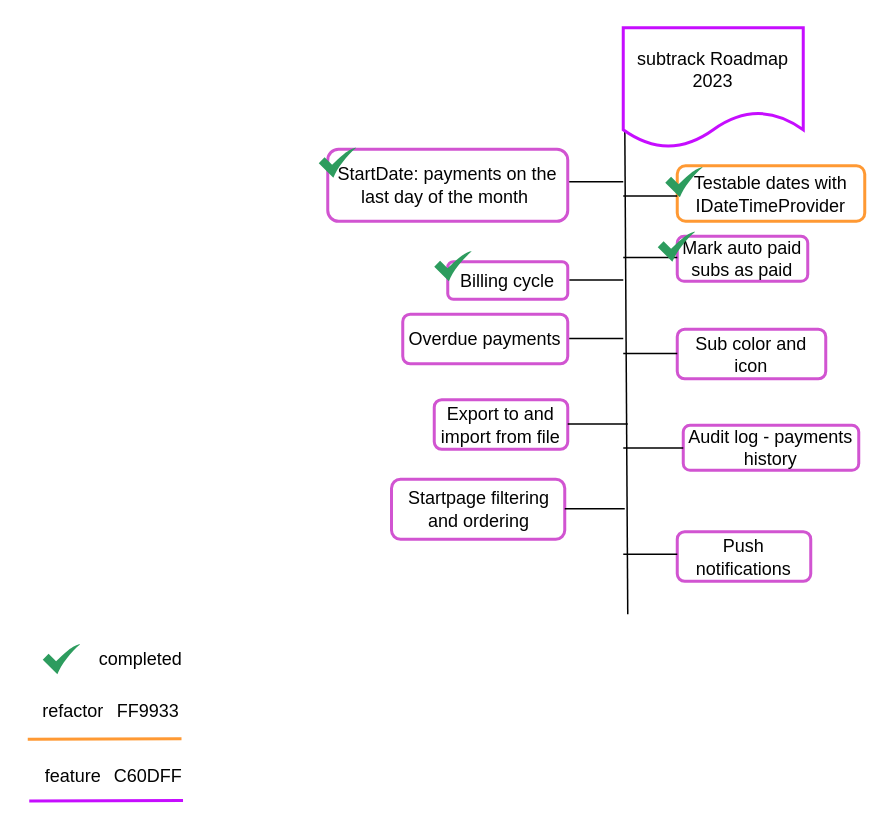
This is docs/roadmap.drawio from Code2Gether-Discord/subtrack, a draw.io file, before an edit. Source tidied: cells renumbered, new cells numbered last; positions are measured from the earlier drawing's top-left corner, leaving out a move shared by most shapes. Both pictures are drawn from the tidied source at 150%, with x=0, y=0 at pixel (27, 27).
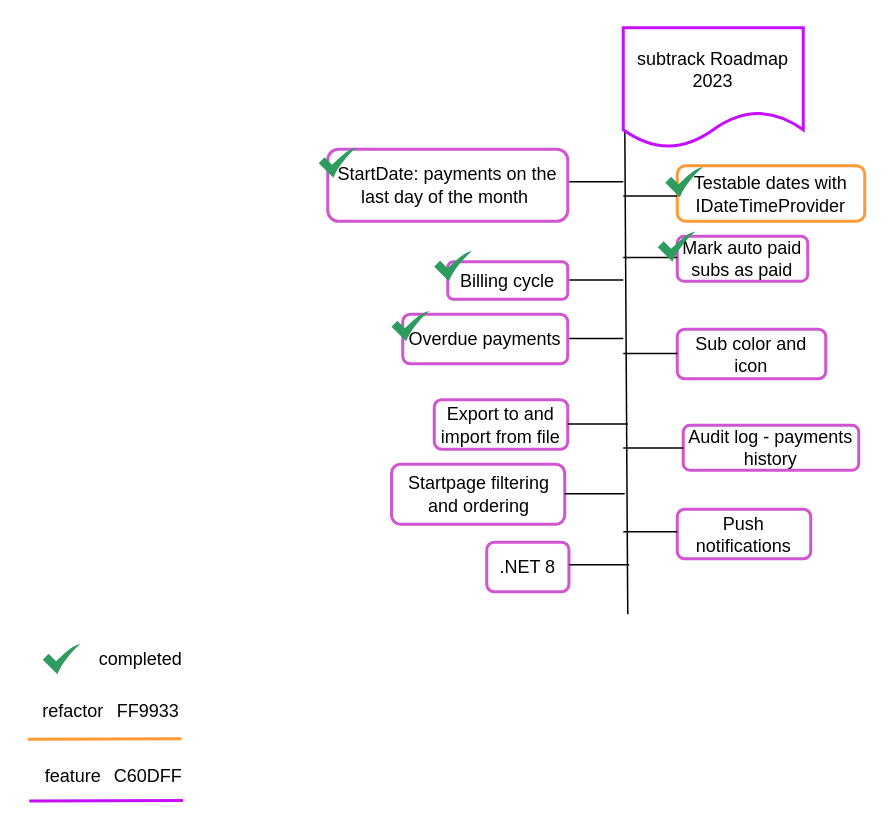
After the change.

The edit, as a diff of the source:
```diff
@@
     <mxCell id="18" value="Push notifications" style="rounded=1;whiteSpace=wrap;html=1;labelBackgroundColor=none;labelBorderColor=none;strokeColor=#D154D1;strokeWidth=2;fontColor=#030303;fillColor=#FFFFFF;" parent="1" vertex="1">
-      <mxGeometry x="433" y="336" width="89" height="33" as="geometry" />
+      <mxGeometry x="433" y="321" width="89" height="33" as="geometry" />
     </mxCell>
     <mxCell id="19" style="edgeStyle=none;rounded=1;html=1;strokeColor=default;fontColor=#030303;endArrow=none;endFill=0;" parent="1" edge="1">
       <mxGeometry relative="1" as="geometry">
-        <mxPoint x="397" y="351" as="sourcePoint" />
-        <mxPoint x="433" y="351" as="targetPoint" />
+        <mxPoint x="397" y="336" as="sourcePoint" />
+        <mxPoint x="433" y="336" as="targetPoint" />
       </mxGeometry>
     </mxCell>
@@
     <mxCell id="29" value="Startpage filtering and ordering" style="rounded=1;whiteSpace=wrap;html=1;labelBackgroundColor=none;labelBorderColor=none;strokeColor=#D154D1;strokeWidth=2;fontColor=#030303;fillColor=#FFFFFF;" parent="1" vertex="1">
-      <mxGeometry x="242.5" y="301" width="115.5" height="40" as="geometry" />
+      <mxGeometry x="242.5" y="291" width="115.5" height="40" as="geometry" />
     </mxCell>
     <mxCell id="30" style="edgeStyle=none;rounded=1;html=1;strokeColor=default;fontColor=#030303;endArrow=none;endFill=0;" parent="1" edge="1">
       <mxGeometry relative="1" as="geometry">
-        <mxPoint x="358" y="320.6" as="sourcePoint" />
-        <mxPoint x="398" y="320.6" as="targetPoint" />
+        <mxPoint x="358" y="310.6" as="sourcePoint" />
+        <mxPoint x="398" y="310.6" as="targetPoint" />
       </mxGeometry>
     </mxCell>
@@
+    <mxCell id="36" style="sketch=0;html=1;strokeColor=none;shadow=0;align=center;verticalAlign=top;fillColor=#2D9C5E;shape=mxgraph.gcp2.check;" parent="1" vertex="1">
+      <mxGeometry x="242.5" y="189" width="25" height="20" as="geometry" />
+    </mxCell>
+    <mxCell id="37" value=".NET 8" style="rounded=1;whiteSpace=wrap;html=1;labelBackgroundColor=none;labelBorderColor=none;strokeColor=#D154D1;strokeWidth=2;fontColor=#030303;fillColor=#FFFFFF;" parent="1" vertex="1">
+      <mxGeometry x="306" y="343" width="54.8" height="33" as="geometry" />
+    </mxCell>
+    <mxCell id="38" style="edgeStyle=none;rounded=1;html=1;strokeColor=default;fontColor=#030303;endArrow=none;endFill=0;" parent="1" edge="1">
+      <mxGeometry relative="1" as="geometry">
+        <mxPoint x="361" y="358" as="sourcePoint" />
+        <mxPoint x="401" y="358" as="targetPoint" />
+      </mxGeometry>
+    </mxCell>
```
